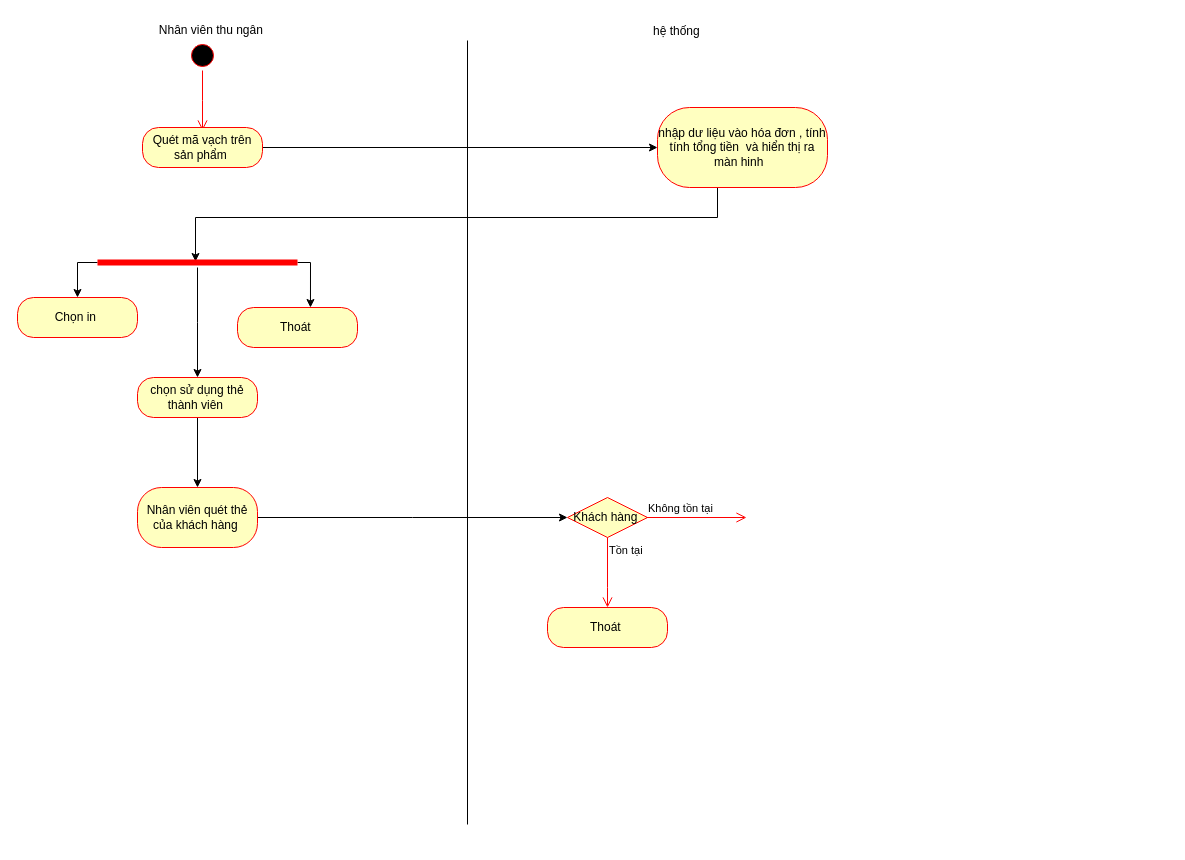
sonha1/aaaa keeps this draw.io diagram as page "Page-10" (8 of 16) of Untitled Diagram.drawio. Above is the earlier version. Source tidied: cells renumbered, new cells numbered last; positions are measured from the earlier drawing's top-left corner, leaving out a move shared by most shapes. Both pictures are drawn from the tidied source at 100%, with x=0, y=0 at pixel (17, 17).
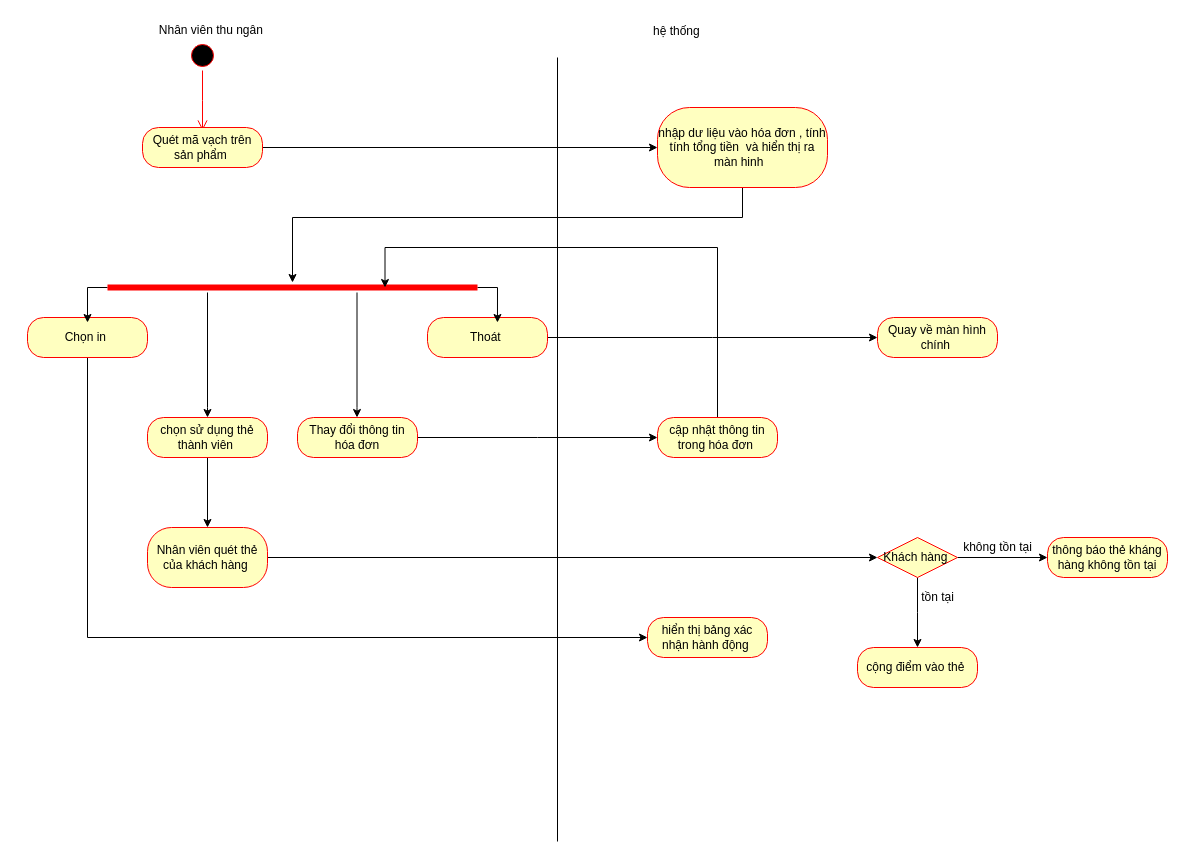
After the change.

The change refers to these unchanged cells:
```xml
<mxCell id="10" value="nhập dư liệu vào hóa đơn , tính tính tổng tiền&amp;nbsp; và hiển thị ra màn hinh&amp;nbsp;&amp;nbsp;" style="rounded=1;whiteSpace=wrap;html=1;arcSize=40;fontColor=#000000;fillColor=#ffffc0;strokeColor=#ff0000;" parent="1" vertex="1">
  <mxGeometry x="640" y="90" width="170" height="80" as="geometry" />
</mxCell>
```

What changed in the source:
```diff
@@
     <mxCell id="3" style="endArrow=none;html=1;edgeStyle=orthogonalEdgeStyle;rounded=0;" parent="1" edge="1">
       <mxGeometry relative="1" as="geometry">
-        <mxPoint x="450" y="807" as="sourcePoint" />
-        <mxPoint x="450" y="23" as="targetPoint" />
+        <mxPoint x="540" y="824" as="sourcePoint" />
+        <mxPoint x="540" y="40" as="targetPoint" />
         <Array as="points">
-          <mxPoint x="450" y="23" />
+          <mxPoint x="540" y="40" />
         </Array>
       </mxGeometry>
     </mxCell>
@@
-    <mxCell id="9" style="edgeStyle=orthogonalEdgeStyle;rounded=0;jettySize=auto;html=1;entryX=0.49;entryY=0.4;entryDx=0;entryDy=0;entryPerimeter=0;" parent="1" edge="1" source="10" target="16">
+    <mxCell id="9" style="edgeStyle=orthogonalEdgeStyle;rounded=0;jettySize=auto;html=1;" parent="1" edge="1" source="10" target="16">
       <mxGeometry relative="1" as="geometry">
         <Array as="points">
-          <mxPoint x="700" y="200" />
-          <mxPoint x="178" y="200" />
+          <mxPoint x="725" y="200" />
+          <mxPoint x="275" y="200" />
         </Array>
       </mxGeometry>
     </mxCell>
@@
+    <mxCell id="25" style="edgeStyle=orthogonalEdgeStyle;rounded=0;jettySize=auto;html=1;" parent="1" edge="1" source="11">
+      <mxGeometry relative="1" as="geometry">
+        <mxPoint x="860" y="320" as="targetPoint" />
+      </mxGeometry>
+    </mxCell>
     <mxCell id="11" value="Thoát&amp;nbsp;" style="rounded=1;whiteSpace=wrap;html=1;arcSize=40;fontColor=#000000;fillColor=#ffffc0;strokeColor=#ff0000;" parent="1" vertex="1">
-      <mxGeometry x="220" y="290" width="120" height="40" as="geometry" />
+      <mxGeometry x="410" y="300" width="120" height="40" as="geometry" />
     </mxCell>
+    <mxCell id="26" style="edgeStyle=orthogonalEdgeStyle;rounded=0;jettySize=auto;html=1;entryX=0;entryY=0.5;entryDx=0;entryDy=0;" parent="1" edge="1" source="12" target="33">
+      <mxGeometry relative="1" as="geometry">
+        <Array as="points">
+          <mxPoint x="70" y="620" />
+        </Array>
+      </mxGeometry>
+    </mxCell>
     <mxCell id="12" value="Chọn in&amp;nbsp;" style="rounded=1;whiteSpace=wrap;html=1;arcSize=40;fontColor=#000000;fillColor=#ffffc0;strokeColor=#ff0000;" parent="1" vertex="1">
-      <mxGeometry y="280" width="120" height="40" as="geometry" />
+      <mxGeometry x="10" y="300" width="120" height="40" as="geometry" />
     </mxCell>
-    <mxCell id="13" style="edgeStyle=orthogonalEdgeStyle;rounded=0;jettySize=auto;html=1;entryX=0.5;entryY=0;entryDx=0;entryDy=0;" parent="1" edge="1" source="16" target="12">
+    <mxCell id="13" style="edgeStyle=orthogonalEdgeStyle;rounded=0;jettySize=auto;html=1;entryX=0.5;entryY=0;entryDx=0;entryDy=0;" parent="1" edge="1" source="16">
       <mxGeometry relative="1" as="geometry">
+        <mxPoint x="70" y="305" as="targetPoint" />
         <Array as="points">
-          <mxPoint x="60" y="245" />
+          <mxPoint x="70" y="270" />
         </Array>
       </mxGeometry>
     </mxCell>
+    <mxCell id="15" style="edgeStyle=orthogonalEdgeStyle;rounded=0;jettySize=auto;html=1;entryX=0.5;entryY=0;entryDx=0;entryDy=0;" parent="1" edge="1" source="16" target="18">
+      <mxGeometry relative="1" as="geometry">
+        <Array as="points">
+          <mxPoint x="190" y="390" />
+        </Array>
+      </mxGeometry>
+    </mxCell>
-    <mxCell id="14" style="edgeStyle=orthogonalEdgeStyle;rounded=0;jettySize=auto;html=1;entryX=0.608;entryY=0;entryDx=0;entryDy=0;entryPerimeter=0;" parent="1" edge="1" source="16" target="11">
+    <mxCell id="14" style="edgeStyle=orthogonalEdgeStyle;rounded=0;jettySize=auto;html=1;entryX=0.583;entryY=0.125;entryDx=0;entryDy=0;entryPerimeter=0;" parent="1" edge="1" source="16" target="11">
       <mxGeometry relative="1" as="geometry">
         <Array as="points">
-          <mxPoint x="293" y="245" />
+          <mxPoint x="480" y="270" />
         </Array>
       </mxGeometry>
     </mxCell>
-    <mxCell id="15" style="edgeStyle=orthogonalEdgeStyle;rounded=0;jettySize=auto;html=1;" parent="1" edge="1" source="16">
-      <mxGeometry relative="1" as="geometry">
-        <mxPoint x="180" y="360" as="targetPoint" />
-      </mxGeometry>
-    </mxCell>
     <mxCell id="16" style="shape=line;html=1;strokeWidth=6;strokeColor=#ff0000;" parent="1" vertex="1">
-      <mxGeometry x="80" y="240" width="200" height="10" as="geometry" />
+      <mxGeometry x="90" y="265" width="370" height="10" as="geometry" />
     </mxCell>
@@
     <mxCell id="18" value="chọn sử dụng thẻ thành viên&amp;nbsp;" style="rounded=1;whiteSpace=wrap;html=1;arcSize=40;fontColor=#000000;fillColor=#ffffc0;strokeColor=#ff0000;" parent="1" vertex="1">
-      <mxGeometry x="120" y="360" width="120" height="40" as="geometry" />
+      <mxGeometry x="130" y="400" width="120" height="40" as="geometry" />
     </mxCell>
-    <mxCell id="19" style="edgeStyle=orthogonalEdgeStyle;rounded=0;jettySize=auto;html=1;" parent="1" edge="1" source="20">
-      <mxGeometry relative="1" as="geometry">
-        <mxPoint x="550" y="500" as="targetPoint" />
-      </mxGeometry>
-    </mxCell>
+    <mxCell id="27" style="edgeStyle=orthogonalEdgeStyle;rounded=0;jettySize=auto;html=1;" parent="1" edge="1" source="20" target="21">
+      <mxGeometry relative="1" as="geometry" />
+    </mxCell>
     <mxCell id="20" value="Nhân viên quét thẻ của khách hàng&amp;nbsp;" style="whiteSpace=wrap;html=1;fillColor=#ffffc0;strokeColor=#ff0000;fontColor=#000000;rounded=1;arcSize=40;" parent="1" vertex="1">
-      <mxGeometry x="120" y="470" width="120" height="60" as="geometry" />
+      <mxGeometry x="130" y="510" width="120" height="60" as="geometry" />
     </mxCell>
+    <mxCell id="28" style="edgeStyle=orthogonalEdgeStyle;rounded=0;jettySize=auto;html=1;" parent="1" edge="1" source="21">
+      <mxGeometry relative="1" as="geometry">
+        <mxPoint x="900" y="630" as="targetPoint" />
+      </mxGeometry>
+    </mxCell>
+    <mxCell id="29" style="edgeStyle=orthogonalEdgeStyle;rounded=0;jettySize=auto;html=1;entryX=0;entryY=0.5;entryDx=0;entryDy=0;" parent="1" edge="1" source="21" target="38">
+      <mxGeometry relative="1" as="geometry" />
+    </mxCell>
     <mxCell id="21" value="Khách hàng&amp;nbsp;" style="rhombus;whiteSpace=wrap;html=1;fillColor=#ffffc0;strokeColor=#ff0000;" parent="1" vertex="1">
-      <mxGeometry x="550" y="480" width="80" height="40" as="geometry" />
+      <mxGeometry x="860" y="520" width="80" height="40" as="geometry" />
     </mxCell>
-    <mxCell id="22" value="Không tồn tại" style="edgeStyle=orthogonalEdgeStyle;html=1;align=left;verticalAlign=bottom;endArrow=open;endSize=8;strokeColor=#ff0000;rounded=0;" parent="1" edge="1">
-      <mxGeometry x="-1" relative="1" as="geometry">
-        <mxPoint x="629" y="500" as="sourcePoint" />
-        <mxPoint x="729" y="500" as="targetPoint" />
-      </mxGeometry>
-    </mxCell>
-    <mxCell id="23" value="Tồn tại" style="edgeStyle=orthogonalEdgeStyle;html=1;align=left;verticalAlign=top;endArrow=open;endSize=8;strokeColor=#ff0000;rounded=0;" parent="1" edge="1" source="21">
-      <mxGeometry x="-1" relative="1" as="geometry">
-        <mxPoint x="590" y="590" as="targetPoint" />
-        <Array as="points">
-          <mxPoint x="590" y="570" />
-          <mxPoint x="590" y="570" />
-        </Array>
-      </mxGeometry>
-    </mxCell>
-    <mxCell id="24" value="Thoát&amp;nbsp;" style="rounded=1;whiteSpace=wrap;html=1;arcSize=40;fontColor=#000000;fillColor=#ffffc0;strokeColor=#ff0000;" parent="1" vertex="1">
-      <mxGeometry x="530" y="590" width="120" height="40" as="geometry" />
-    </mxCell>
+    <mxCell id="30" style="edgeStyle=orthogonalEdgeStyle;rounded=0;jettySize=auto;html=1;" parent="1" edge="1" source="31">
+      <mxGeometry relative="1" as="geometry">
+        <mxPoint x="640" y="420" as="targetPoint" />
+      </mxGeometry>
+    </mxCell>
+    <mxCell id="31" value="Thay đổi thông tin hóa đơn" style="rounded=1;whiteSpace=wrap;html=1;arcSize=40;fontColor=#000000;fillColor=#ffffc0;strokeColor=#ff0000;" parent="1" vertex="1">
+      <mxGeometry x="280" y="400" width="120" height="40" as="geometry" />
+    </mxCell>
+    <mxCell id="32" style="edgeStyle=orthogonalEdgeStyle;rounded=0;orthogonalLoop=1;jettySize=auto;html=1;entryX=0.5;entryY=0;entryDx=0;entryDy=0;" parent="1" edge="1">
+      <mxGeometry relative="1" as="geometry">
+        <mxPoint x="339.5" y="275" as="sourcePoint" />
+        <mxPoint x="339.5" y="400" as="targetPoint" />
+        <Array as="points">
+          <mxPoint x="339.5" y="390" />
+        </Array>
+      </mxGeometry>
+    </mxCell>
+    <mxCell id="33" value="hiển thị bảng xác nhận hành động&amp;nbsp;" style="rounded=1;whiteSpace=wrap;html=1;arcSize=40;fontColor=#000000;fillColor=#ffffc0;strokeColor=#ff0000;" parent="1" vertex="1">
+      <mxGeometry x="630" y="600" width="120" height="40" as="geometry" />
+    </mxCell>
+    <mxCell id="34" style="edgeStyle=orthogonalEdgeStyle;rounded=0;jettySize=auto;html=1;entryX=0.75;entryY=0.5;entryDx=0;entryDy=0;entryPerimeter=0;" parent="1" edge="1" source="35" target="16">
+      <mxGeometry relative="1" as="geometry">
+        <Array as="points">
+          <mxPoint x="700" y="230" />
+          <mxPoint x="368" y="230" />
+        </Array>
+      </mxGeometry>
+    </mxCell>
+    <mxCell id="35" value="cập nhật thông tin trong hóa đơn&amp;nbsp;" style="rounded=1;whiteSpace=wrap;html=1;arcSize=40;fontColor=#000000;fillColor=#ffffc0;strokeColor=#ff0000;" parent="1" vertex="1">
+      <mxGeometry x="640" y="400" width="120" height="40" as="geometry" />
+    </mxCell>
+    <mxCell id="36" value="Quay về màn hình chính&amp;nbsp;" style="rounded=1;whiteSpace=wrap;html=1;arcSize=40;fontColor=#000000;fillColor=#ffffc0;strokeColor=#ff0000;" parent="1" vertex="1">
+      <mxGeometry x="860" y="300" width="120" height="40" as="geometry" />
+    </mxCell>
+    <mxCell id="37" value="tồn tại" style="text;html=1;align=center;verticalAlign=middle;strokeColor=none;fillColor=none;" parent="1" vertex="1">
+      <mxGeometry x="895" y="570" width="50" height="20" as="geometry" />
+    </mxCell>
+    <mxCell id="38" value="thông báo thẻ kháng hàng không tồn tại" style="rounded=1;whiteSpace=wrap;html=1;arcSize=40;fontColor=#000000;fillColor=#ffffc0;strokeColor=#ff0000;" parent="1" vertex="1">
+      <mxGeometry x="1030" y="520" width="120" height="40" as="geometry" />
+    </mxCell>
+    <mxCell id="39" value="không tồn tại" style="text;html=1;align=center;verticalAlign=middle;strokeColor=none;fillColor=none;" parent="1" vertex="1">
+      <mxGeometry x="940" y="520" width="80" height="20" as="geometry" />
+    </mxCell>
+    <mxCell id="40" value="cộng điểm vào thẻ&amp;nbsp;" style="rounded=1;whiteSpace=wrap;html=1;arcSize=40;fontColor=#000000;fillColor=#ffffc0;strokeColor=#ff0000;" parent="1" vertex="1">
+      <mxGeometry x="840" y="630" width="120" height="40" as="geometry" />
+    </mxCell>
```
